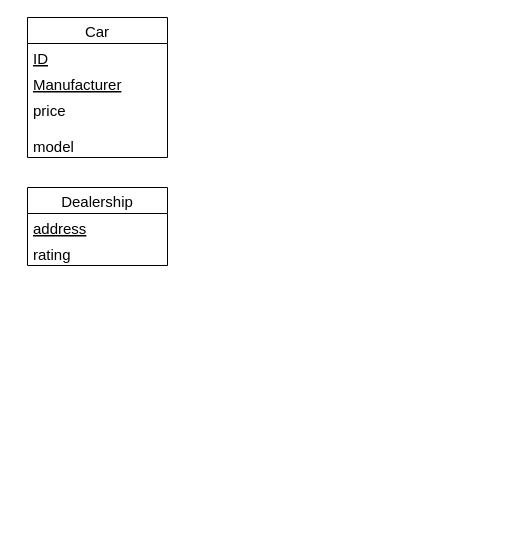
This is page "Page-2" (2 of 2) of ER.drawio from ZhuoruLi/gitdraw, a draw.io file, before an edit. Source tidied: cells renumbered, new cells numbered last; positions are measured from the earlier drawing's top-left corner, leaving out a move shared by most shapes. Both pictures are drawn from the tidied source at 100%, with x=0, y=0 at pixel (27, 17).
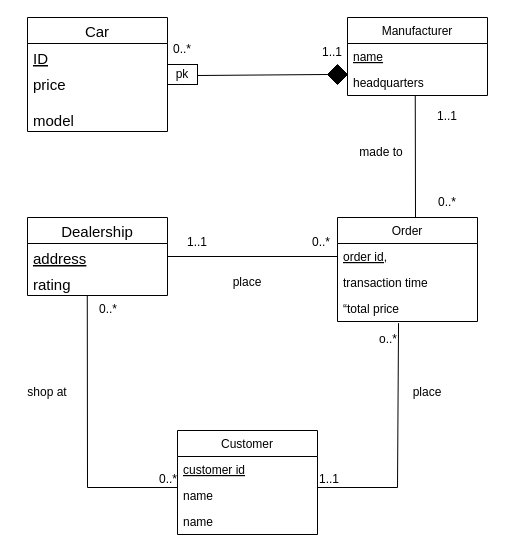
Above is the later version.

Unchanged cells that the change refers to:
```xml
<mxCell id="3" value="address" style="text;strokeColor=none;fillColor=none;align=left;verticalAlign=top;spacingLeft=4;spacingRight=4;overflow=hidden;points=[[0,0.5],[1,0.5]];portConstraint=eastwest;fontSize=15;fontStyle=4;" parent="2" vertex="1">
  <mxGeometry y="26" width="140" height="26" as="geometry" />
</mxCell>
<mxCell id="4" value="rating" style="text;strokeColor=none;fillColor=none;align=left;verticalAlign=top;spacingLeft=4;spacingRight=4;overflow=hidden;points=[[0,0.5],[1,0.5]];portConstraint=eastwest;fontSize=15;" parent="2" vertex="1">
  <mxGeometry y="52" width="140" height="26" as="geometry" />
</mxCell>
```

Diff of the diagram source:
```diff
@@
     <mxCell id="2" value="Dealership" style="swimlane;fontStyle=0;horizontal=1;startSize=26;fillColor=none;fontSize=15;" parent="1" vertex="1">
-      <mxGeometry y="170" width="140" height="78" as="geometry" />
+      <mxGeometry y="200" width="140" height="78" as="geometry" />
     </mxCell>
@@
     <mxCell id="5" value="Car" style="swimlane;fontStyle=0;horizontal=1;startSize=26;fillColor=none;fontSize=15;" parent="1" vertex="1">
-      <mxGeometry width="140" height="140" as="geometry" />
+      <mxGeometry width="140" height="114" as="geometry" />
     </mxCell>
@@
+    <mxCell id="8" value="price&#10;&#10;model" style="text;strokeColor=none;fillColor=none;align=left;verticalAlign=top;spacingLeft=4;spacingRight=4;overflow=hidden;fontSize=15;" parent="5" vertex="1">
+      <mxGeometry y="52" width="140" height="62" as="geometry" />
+    </mxCell>
-    <mxCell id="7" value="Manufacturer" style="text;strokeColor=none;fillColor=none;align=left;verticalAlign=top;spacingLeft=4;spacingRight=4;overflow=hidden;fontSize=15;fontStyle=4;" parent="5" vertex="1">
-      <mxGeometry y="52" width="140" height="26" as="geometry" />
+    <mxCell id="7" value="Manufacturer" style="swimlane;fontStyle=0;horizontal=1;startSize=26;fillColor=none;" parent="1" vertex="1">
+      <mxGeometry x="320" width="140" height="78" as="geometry" />
     </mxCell>
-    <mxCell id="8" value="price&#10;&#10;model" style="text;strokeColor=none;fillColor=none;align=left;verticalAlign=top;spacingLeft=4;spacingRight=4;overflow=hidden;fontSize=15;" parent="5" vertex="1">
-      <mxGeometry y="78" width="140" height="62" as="geometry" />
-    </mxCell>
+    <mxCell id="9" value="name" style="text;strokeColor=none;fillColor=none;align=left;verticalAlign=top;spacingLeft=4;spacingRight=4;overflow=hidden;fontStyle=4;" parent="7" vertex="1">
+      <mxGeometry y="26" width="140" height="26" as="geometry" />
+    </mxCell>
+    <mxCell id="10" value=" headquarters" style="text;strokeColor=none;fillColor=none;align=left;verticalAlign=top;spacingLeft=4;spacingRight=4;overflow=hidden;points=[[0,0.5],[1,0.5]];portConstraint=eastwest;" parent="7" vertex="1">
+      <mxGeometry y="52" width="140" height="26" as="geometry" />
+    </mxCell>
+    <mxCell id="11" style="rhombus;whiteSpace=wrap;html=1;fillColor=#000000;" parent="1" vertex="1">
+      <mxGeometry x="300" y="47" width="20" height="20" as="geometry" />
+    </mxCell>
+    <mxCell id="12" style="endArrow=none;html=1;rounded=0;entryX=0;entryY=0.5;entryDx=0;entryDy=0;exitX=0;exitY=0;exitDx=30;exitDy=18;exitPerimeter=0;" parent="1" edge="1" target="11">
+      <mxGeometry relative="1" as="geometry">
+        <mxPoint x="170" y="58" as="sourcePoint" />
+      </mxGeometry>
+    </mxCell>
+    <mxCell id="13" value="pk" style="rounded=0;whiteSpace=wrap;html=1;" parent="1" vertex="1">
+      <mxGeometry x="140" y="47" width="30" height="20" as="geometry" />
+    </mxCell>
+    <mxCell id="14" value="0..*" style="text;html=1;strokeColor=none;fillColor=none;align=center;verticalAlign=middle;whiteSpace=wrap;rounded=0;" parent="1" vertex="1">
+      <mxGeometry x="125" y="17" width="60" height="30" as="geometry" />
+    </mxCell>
+    <mxCell id="15" value="1..1" style="text;html=1;strokeColor=none;fillColor=none;align=center;verticalAlign=middle;whiteSpace=wrap;rounded=0;" parent="1" vertex="1">
+      <mxGeometry x="280" y="20" width="50" height="30" as="geometry" />
+    </mxCell>
+    <mxCell id="16" value="Order" style="swimlane;fontStyle=0;horizontal=1;startSize=26;fillColor=none;" parent="1" vertex="1">
+      <mxGeometry x="310" y="200" width="140" height="104" as="geometry" />
+    </mxCell>
+    <mxCell id="17" value="order id," style="text;strokeColor=none;fillColor=none;align=left;verticalAlign=top;spacingLeft=4;spacingRight=4;overflow=hidden;fontStyle=4;" parent="16" vertex="1">
+      <mxGeometry y="26" width="140" height="26" as="geometry" />
+    </mxCell>
+    <mxCell id="18" value="transaction time" style="text;strokeColor=none;fillColor=none;align=left;verticalAlign=top;spacingLeft=4;spacingRight=4;overflow=hidden;" parent="16" vertex="1">
+      <mxGeometry y="52" width="140" height="26" as="geometry" />
+    </mxCell>
+    <mxCell id="19" value="“total price" style="text;strokeColor=none;fillColor=none;align=left;verticalAlign=top;spacingLeft=4;spacingRight=4;overflow=hidden;points=[[0,0.5],[1,0.5]];portConstraint=eastwest;" parent="16" vertex="1">
+      <mxGeometry y="78" width="140" height="26" as="geometry" />
+    </mxCell>
+    <mxCell id="20" style="endArrow=none;html=1;rounded=0;exitX=1;exitY=0.5;exitDx=0;exitDy=0;" parent="1" edge="1" source="3">
+      <mxGeometry relative="1" as="geometry">
+        <mxPoint x="310" y="239" as="targetPoint" />
+      </mxGeometry>
+    </mxCell>
+    <mxCell id="21" value="place" style="text;html=1;strokeColor=none;fillColor=none;align=center;verticalAlign=middle;whiteSpace=wrap;rounded=0;" parent="1" vertex="1">
+      <mxGeometry x="190" y="250" width="60" height="30" as="geometry" />
+    </mxCell>
+    <mxCell id="22" value="1..1" style="text;html=1;strokeColor=none;fillColor=none;align=center;verticalAlign=middle;whiteSpace=wrap;rounded=0;" parent="1" vertex="1">
+      <mxGeometry x="140" y="210" width="60" height="30" as="geometry" />
+    </mxCell>
+    <mxCell id="23" value="0..*" style="text;html=1;strokeColor=none;fillColor=none;align=center;verticalAlign=middle;whiteSpace=wrap;rounded=0;" parent="1" vertex="1">
+      <mxGeometry x="264" y="210" width="60" height="30" as="geometry" />
+    </mxCell>
+    <mxCell id="24" style="endArrow=none;html=1;rounded=0;entryX=0.484;entryY=0.985;entryDx=0;entryDy=0;entryPerimeter=0;" parent="1" edge="1" target="10">
+      <mxGeometry relative="1" as="geometry">
+        <mxPoint x="388" y="200" as="sourcePoint" />
+      </mxGeometry>
+    </mxCell>
+    <mxCell id="25" value="made to" style="text;html=1;strokeColor=none;fillColor=none;align=center;verticalAlign=middle;whiteSpace=wrap;rounded=0;" parent="1" vertex="1">
+      <mxGeometry x="324" y="120" width="60" height="30" as="geometry" />
+    </mxCell>
+    <mxCell id="26" value="1..1" style="text;html=1;strokeColor=none;fillColor=none;align=center;verticalAlign=middle;whiteSpace=wrap;rounded=0;" parent="1" vertex="1">
+      <mxGeometry x="390" y="84" width="60" height="30" as="geometry" />
+    </mxCell>
+    <mxCell id="27" value="0..*" style="text;html=1;strokeColor=none;fillColor=none;align=center;verticalAlign=middle;whiteSpace=wrap;rounded=0;" parent="1" vertex="1">
+      <mxGeometry x="390" y="170" width="60" height="30" as="geometry" />
+    </mxCell>
+    <mxCell id="28" value="Customer" style="swimlane;fontStyle=0;horizontal=1;startSize=26;fillColor=none;" parent="1" vertex="1">
+      <mxGeometry x="150" y="413" width="140" height="104" as="geometry" />
+    </mxCell>
+    <mxCell id="29" value="customer id" style="text;strokeColor=none;fillColor=none;align=left;verticalAlign=top;spacingLeft=4;spacingRight=4;overflow=hidden;fontStyle=4;" parent="28" vertex="1">
+      <mxGeometry y="26" width="140" height="26" as="geometry" />
+    </mxCell>
+    <mxCell id="30" value="name" style="text;strokeColor=none;fillColor=none;align=left;verticalAlign=top;spacingLeft=4;spacingRight=4;overflow=hidden;" parent="28" vertex="1">
+      <mxGeometry y="52" width="140" height="26" as="geometry" />
+    </mxCell>
+    <mxCell id="31" value="name" style="text;strokeColor=none;fillColor=none;align=left;verticalAlign=top;spacingLeft=4;spacingRight=4;overflow=hidden;" parent="28" vertex="1">
+      <mxGeometry y="78" width="140" height="26" as="geometry" />
+    </mxCell>
+    <mxCell id="32" style="endArrow=none;html=1;rounded=0;exitX=0.427;exitY=0.985;exitDx=0;exitDy=0;exitPerimeter=0;" parent="1" edge="1" source="4">
+      <mxGeometry relative="1" as="geometry">
+        <mxPoint x="150" y="470" as="targetPoint" />
+        <Array as="points">
+          <mxPoint x="60" y="470" />
+        </Array>
+      </mxGeometry>
+    </mxCell>
+    <mxCell id="33" value="0..*" style="html=1;align=left;verticalAlign=bottom;fillColor=#000000;" parent="32" vertex="1">
+      <mxGeometry x="-1" relative="1" as="geometry">
+        <mxPoint x="10" y="22" as="offset" />
+      </mxGeometry>
+    </mxCell>
+    <mxCell id="34" value="0..*" style="html=1;align=right;verticalAlign=bottom;fillColor=#000000;" parent="32" vertex="1">
+      <mxGeometry x="1" relative="1" as="geometry" />
+    </mxCell>
+    <mxCell id="35" value="shop at" style="text;html=1;strokeColor=none;fillColor=none;align=center;verticalAlign=middle;whiteSpace=wrap;rounded=0;" parent="1" vertex="1">
+      <mxGeometry x="-10" y="360" width="60" height="30" as="geometry" />
+    </mxCell>
+    <mxCell id="36" style="endArrow=none;html=1;rounded=0;entryX=0.436;entryY=1.062;entryDx=0;entryDy=0;entryPerimeter=0;" parent="1" edge="1" target="19">
+      <mxGeometry relative="1" as="geometry">
+        <mxPoint x="290" y="470" as="sourcePoint" />
+        <Array as="points">
+          <mxPoint x="370" y="470" />
+        </Array>
+      </mxGeometry>
+    </mxCell>
+    <mxCell id="37" value="1..1" style="html=1;align=left;verticalAlign=bottom;fillColor=#000000;" parent="36" vertex="1">
+      <mxGeometry x="-1" relative="1" as="geometry" />
+    </mxCell>
+    <mxCell id="38" value="o..*" style="html=1;align=right;verticalAlign=bottom;fillColor=#000000;" parent="36" vertex="1">
+      <mxGeometry x="1" relative="1" as="geometry">
+        <mxPoint x="-1" y="24" as="offset" />
+      </mxGeometry>
+    </mxCell>
+    <mxCell id="39" value="place" style="text;html=1;strokeColor=none;fillColor=none;align=center;verticalAlign=middle;whiteSpace=wrap;rounded=0;" parent="1" vertex="1">
+      <mxGeometry x="370" y="360" width="60" height="30" as="geometry" />
+    </mxCell>
```
